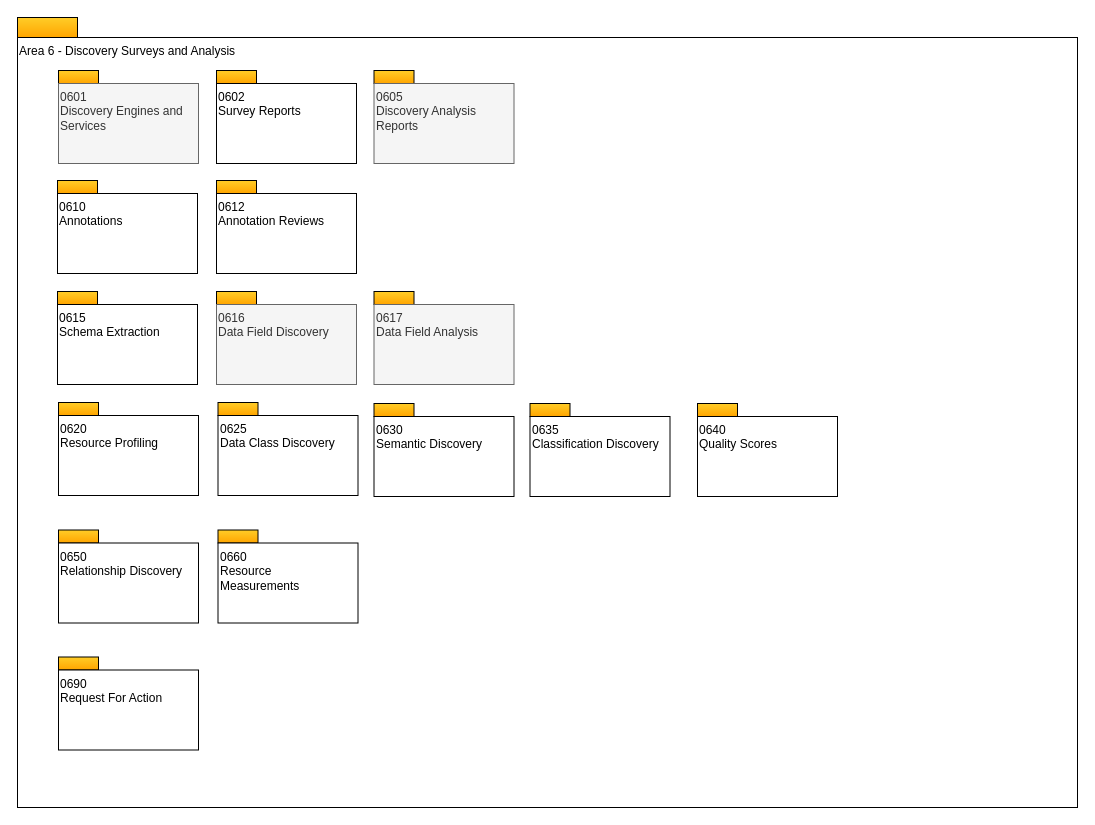
Before: page "overview" (1 of 17) of site/docs/types/6/area-6-discovery.drawio in odpi/egeria-docs, a draw.io diagram. Source tidied: cells renumbered, new cells numbered last; positions are measured from the earlier drawing's top-left corner, leaving out a move shared by most shapes. Both pictures are drawn from the tidied source at 100%, with x=0, y=0 at pixel (17, 17).
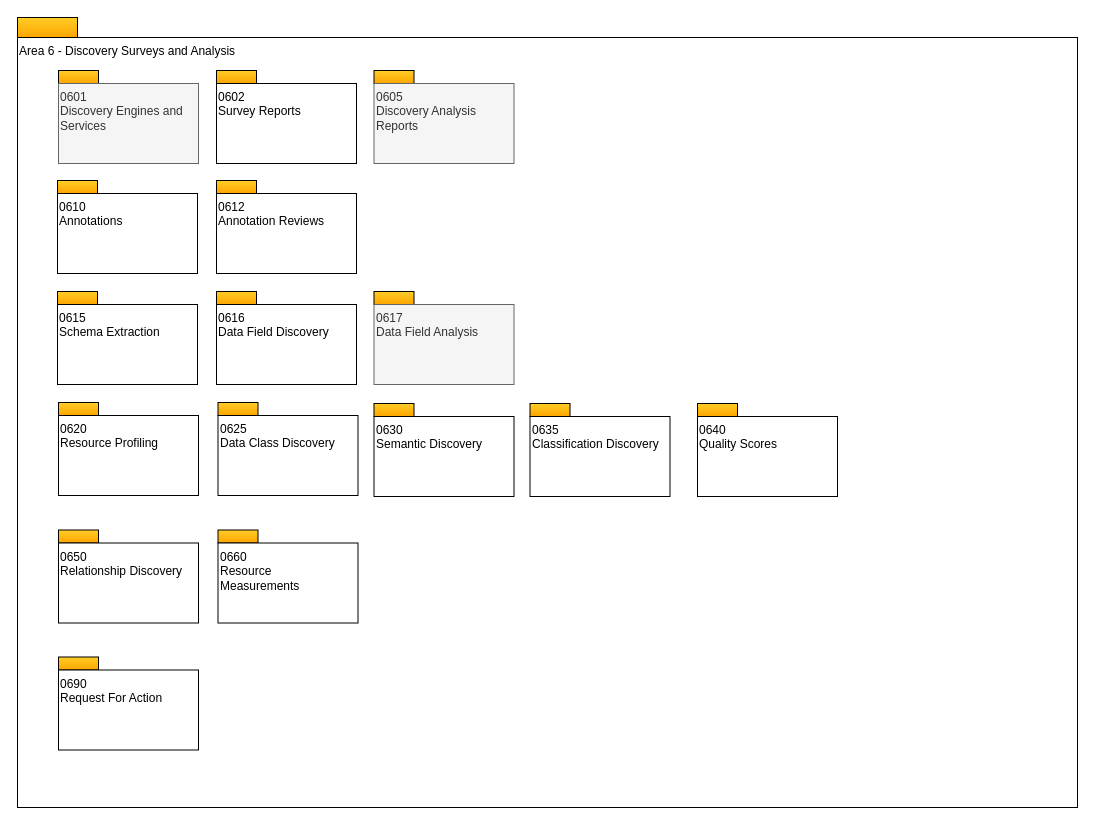
Above is the later version.

Commit message (it also covers changes not shown here):
Add data field modelling

What changed in the source:
```diff
@@
-    <mxCell id="33" value="0616&lt;br&gt;Data Field Discovery" style="rounded=0;whiteSpace=wrap;html=1;align=left;verticalAlign=top;fillColor=#f5f5f5;fontColor=#333333;strokeColor=#666666;" parent="1" vertex="1">
+    <mxCell id="33" value="0616&lt;br&gt;Data Field Discovery" style="rounded=0;whiteSpace=wrap;html=1;align=left;verticalAlign=top;" parent="1" vertex="1">
       <mxGeometry x="199" y="287" width="140" height="80" as="geometry" />
     </mxCell>
```
